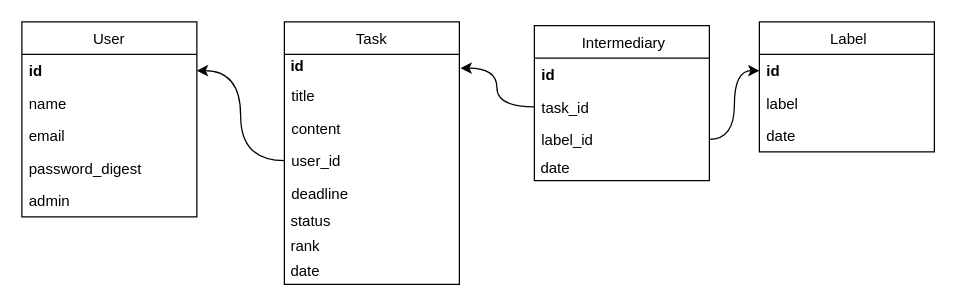
Before: docs/table.drawio in chemitaro/el-training, a draw.io diagram. Source tidied: cells renumbered, new cells numbered last; positions are measured from the earlier drawing's top-left corner, leaving out a move shared by most shapes. Both pictures are drawn from the tidied source at 125%, with x=0, y=0 at pixel (21, 21).
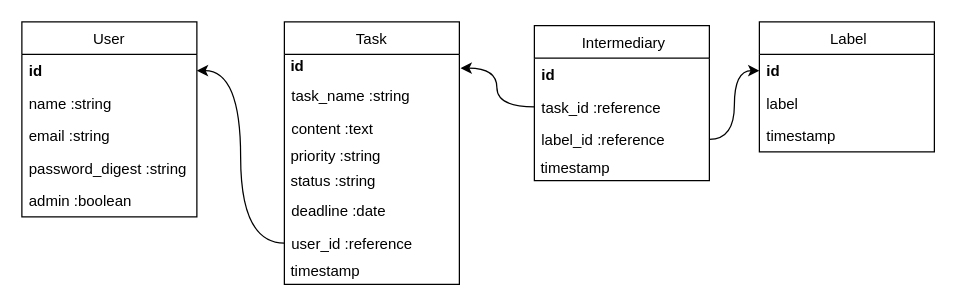
After the change.

The change refers to these unchanged cells:
```xml
<mxCell id="2" value="User" style="swimlane;fontStyle=0;horizontal=1;startSize=26;" parent="1" vertex="1">
  <mxGeometry width="140" height="156" as="geometry" />
</mxCell>
<mxCell id="8" value="Task" style="swimlane;fontStyle=0;horizontal=1;startSize=26;" parent="1" vertex="1">
  <mxGeometry x="210" width="140" height="210" as="geometry" />
</mxCell>
<mxCell id="17" value=" Label" style="swimlane;fontStyle=0;horizontal=1;startSize=26;align=center;" parent="1" vertex="1">
  <mxGeometry x="590" width="140" height="104" as="geometry" />
</mxCell>
<mxCell id="21" value=" Intermediary" style="swimlane;fontStyle=0;horizontal=1;startSize=26;align=center;" parent="1" vertex="1">
  <mxGeometry x="410" y="3" width="140" height="124" as="geometry" />
</mxCell>
```

What changed in the source:
```diff
@@
-    <mxCell id="4" value="name" style="text;strokeColor=none;fillColor=none;align=left;verticalAlign=top;spacingLeft=4;spacingRight=4;overflow=hidden;" parent="2" vertex="1">
+    <mxCell id="4" value="name :string" style="text;strokeColor=none;fillColor=none;align=left;verticalAlign=top;spacingLeft=4;spacingRight=4;overflow=hidden;" parent="2" vertex="1">
       <mxGeometry y="52" width="140" height="26" as="geometry" />
     </mxCell>
-    <mxCell id="5" value="email" style="text;strokeColor=none;fillColor=none;align=left;verticalAlign=top;spacingLeft=4;spacingRight=4;overflow=hidden;" parent="2" vertex="1">
+    <mxCell id="5" value="email :string" style="text;strokeColor=none;fillColor=none;align=left;verticalAlign=top;spacingLeft=4;spacingRight=4;overflow=hidden;" parent="2" vertex="1">
       <mxGeometry y="78" width="140" height="26" as="geometry" />
     </mxCell>
-    <mxCell id="6" value="password_digest" style="text;strokeColor=none;fillColor=none;align=left;verticalAlign=top;spacingLeft=4;spacingRight=4;overflow=hidden;" parent="2" vertex="1">
+    <mxCell id="6" value="password_digest :string" style="text;strokeColor=none;fillColor=none;align=left;verticalAlign=top;spacingLeft=4;spacingRight=4;overflow=hidden;" parent="2" vertex="1">
       <mxGeometry y="104" width="140" height="26" as="geometry" />
     </mxCell>
-    <mxCell id="7" value="admin" style="text;strokeColor=none;fillColor=none;align=left;verticalAlign=top;spacingLeft=4;spacingRight=4;overflow=hidden;" parent="2" vertex="1">
+    <mxCell id="7" value="admin :boolean" style="text;strokeColor=none;fillColor=none;align=left;verticalAlign=top;spacingLeft=4;spacingRight=4;overflow=hidden;" parent="2" vertex="1">
       <mxGeometry y="130" width="140" height="26" as="geometry" />
     </mxCell>
@@
-    <mxCell id="10" value="title" style="text;strokeColor=none;fillColor=none;align=left;verticalAlign=top;spacingLeft=4;spacingRight=4;overflow=hidden;" parent="8" vertex="1">
+    <mxCell id="10" value="task_name :string" style="text;strokeColor=none;fillColor=none;align=left;verticalAlign=top;spacingLeft=4;spacingRight=4;overflow=hidden;" parent="8" vertex="1">
       <mxGeometry y="46" width="140" height="26" as="geometry" />
     </mxCell>
-    <mxCell id="11" value="content" style="text;strokeColor=none;fillColor=none;align=left;verticalAlign=top;spacingLeft=4;spacingRight=4;overflow=hidden;" parent="8" vertex="1">
+    <mxCell id="11" value="content :text" style="text;strokeColor=none;fillColor=none;align=left;verticalAlign=top;spacingLeft=4;spacingRight=4;overflow=hidden;" parent="8" vertex="1">
       <mxGeometry y="72" width="140" height="26" as="geometry" />
     </mxCell>
+    <mxCell id="15" value="&amp;nbsp;priority :string" style="text;html=1;align=left;verticalAlign=middle;strokeColor=none;" parent="8" vertex="1">
+      <mxGeometry y="98" width="140" height="20" as="geometry" />
+    </mxCell>
+    <mxCell id="14" value="&amp;nbsp;status :string" style="text;html=1;align=left;verticalAlign=middle;strokeColor=none;" parent="8" vertex="1">
+      <mxGeometry y="118" width="140" height="20" as="geometry" />
+    </mxCell>
+    <mxCell id="13" value="deadline :date" style="text;strokeColor=none;fillColor=none;align=left;verticalAlign=top;spacingLeft=4;spacingRight=4;overflow=hidden;" parent="8" vertex="1">
+      <mxGeometry y="138" width="140" height="26" as="geometry" />
+    </mxCell>
-    <mxCell id="12" value="user_id" style="text;strokeColor=none;fillColor=none;align=left;verticalAlign=top;spacingLeft=4;spacingRight=4;overflow=hidden;points=[[0,0.5],[1,0.5]];portConstraint=eastwest;" parent="8" vertex="1">
-      <mxGeometry y="98" width="140" height="26" as="geometry" />
+    <mxCell id="12" value="user_id :reference" style="text;strokeColor=none;fillColor=none;align=left;verticalAlign=top;spacingLeft=4;spacingRight=4;overflow=hidden;points=[[0,0.5],[1,0.5]];portConstraint=eastwest;" parent="8" vertex="1">
+      <mxGeometry y="164" width="140" height="26" as="geometry" />
     </mxCell>
-    <mxCell id="13" value="deadline" style="text;strokeColor=none;fillColor=none;align=left;verticalAlign=top;spacingLeft=4;spacingRight=4;overflow=hidden;" parent="8" vertex="1">
-      <mxGeometry y="124" width="140" height="26" as="geometry" />
-    </mxCell>
-    <mxCell id="14" value="&amp;nbsp;status" style="text;html=1;align=left;verticalAlign=middle;strokeColor=none;" parent="8" vertex="1">
-      <mxGeometry y="150" width="140" height="20" as="geometry" />
-    </mxCell>
-    <mxCell id="15" value="&amp;nbsp;rank" style="text;html=1;align=left;verticalAlign=middle;strokeColor=none;" parent="8" vertex="1">
-      <mxGeometry y="170" width="140" height="20" as="geometry" />
-    </mxCell>
-    <mxCell id="16" value="&amp;nbsp;date" style="text;html=1;align=left;verticalAlign=middle;strokeColor=none;" parent="8" vertex="1">
+    <mxCell id="16" value="&amp;nbsp;timestamp" style="text;html=1;align=left;verticalAlign=middle;strokeColor=none;" parent="8" vertex="1">
       <mxGeometry y="190" width="140" height="20" as="geometry" />
     </mxCell>
@@
-    <mxCell id="20" value="date" style="text;strokeColor=none;fillColor=none;align=left;verticalAlign=top;spacingLeft=4;spacingRight=4;overflow=hidden;" parent="17" vertex="1">
+    <mxCell id="20" value="timestamp" style="text;strokeColor=none;fillColor=none;align=left;verticalAlign=top;spacingLeft=4;spacingRight=4;overflow=hidden;" parent="17" vertex="1">
       <mxGeometry y="78" width="140" height="26" as="geometry" />
     </mxCell>
@@
-    <mxCell id="23" value="task_id" style="text;strokeColor=none;fillColor=none;align=left;verticalAlign=top;spacingLeft=4;spacingRight=4;overflow=hidden;points=[[0,0.5],[1,0.5]];portConstraint=eastwest;" parent="21" vertex="1">
+    <mxCell id="23" value="task_id :reference" style="text;strokeColor=none;fillColor=none;align=left;verticalAlign=top;spacingLeft=4;spacingRight=4;overflow=hidden;points=[[0,0.5],[1,0.5]];portConstraint=eastwest;" parent="21" vertex="1">
       <mxGeometry y="52" width="140" height="26" as="geometry" />
     </mxCell>
-    <mxCell id="24" value="label_id" style="text;strokeColor=none;fillColor=none;align=left;verticalAlign=top;spacingLeft=4;spacingRight=4;overflow=hidden;points=[[0,0.5],[1,0.5]];portConstraint=eastwest;" parent="21" vertex="1">
+    <mxCell id="24" value="label_id :reference" style="text;strokeColor=none;fillColor=none;align=left;verticalAlign=top;spacingLeft=4;spacingRight=4;overflow=hidden;points=[[0,0.5],[1,0.5]];portConstraint=eastwest;" parent="21" vertex="1">
       <mxGeometry y="78" width="140" height="26" as="geometry" />
     </mxCell>
-    <mxCell id="25" value="&amp;nbsp;date" style="text;html=1;align=left;verticalAlign=middle;strokeColor=none;" parent="21" vertex="1">
+    <mxCell id="25" value="&amp;nbsp;timestamp" style="text;html=1;align=left;verticalAlign=middle;strokeColor=none;" parent="21" vertex="1">
       <mxGeometry y="104" width="140" height="20" as="geometry" />
     </mxCell>
```
